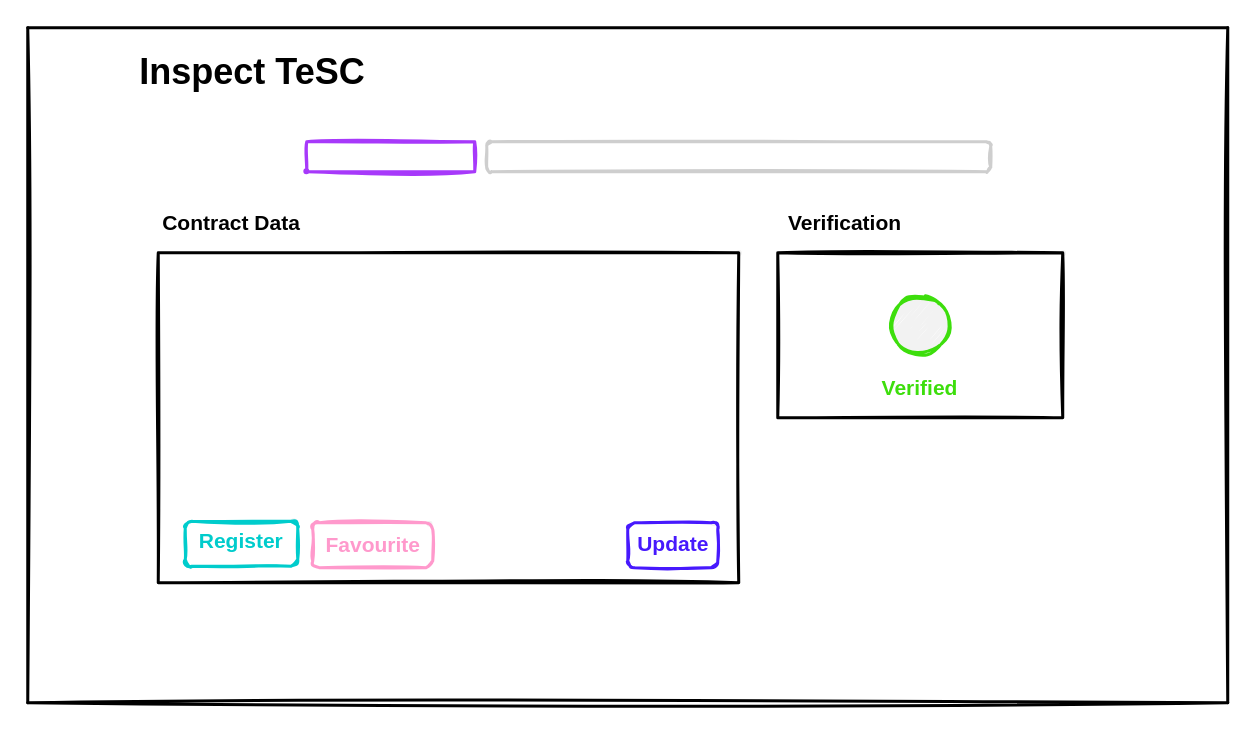
This is deploy.drawio from dangerdave1/Action-Chess, a draw.io file, before an edit. Source tidied: cells renumbered, new cells numbered last; positions are measured from the earlier drawing's top-left corner, leaving out a move shared by most shapes. Both pictures are drawn from the tidied source at 150%, with x=0, y=0 at pixel (27, 27).
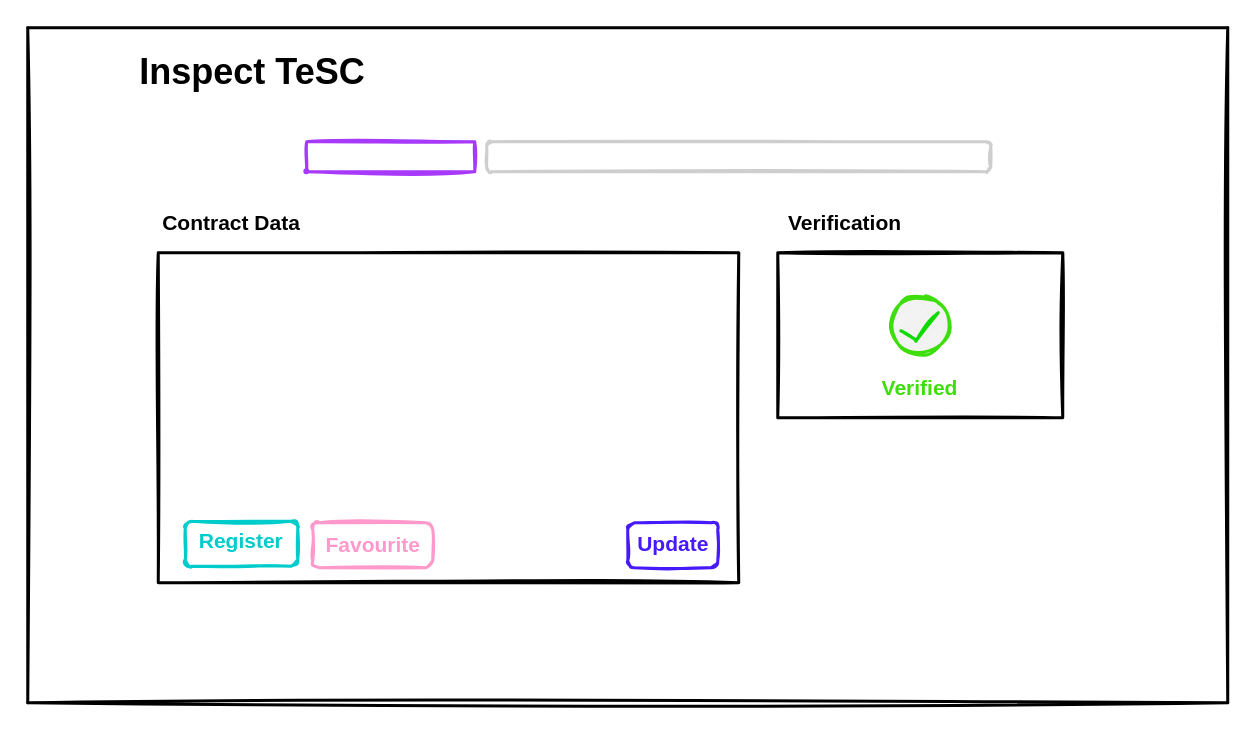
Above is the later version.

What changed in the source:
```diff
@@
+    <mxCell id="22" style="endArrow=none;html=1;sketch=1;strokeWidth=2;strokeColor=#0FDA00;" parent="1" edge="1">
+      <mxGeometry relative="1" as="geometry">
+        <mxPoint x="592" y="208" as="sourcePoint" />
+        <mxPoint x="582" y="202" as="targetPoint" />
+      </mxGeometry>
+    </mxCell>
+    <mxCell id="23" style="endArrow=none;html=1;sketch=1;strokeWidth=2;strokeColor=#0FDA00;exitX=0.875;exitY=0.3;exitDx=0;exitDy=0;exitPerimeter=0;" parent="1" edge="1">
+      <mxGeometry relative="1" as="geometry">
+        <mxPoint x="607" y="190" as="sourcePoint" />
+        <mxPoint x="592" y="209" as="targetPoint" />
+      </mxGeometry>
+    </mxCell>
```
